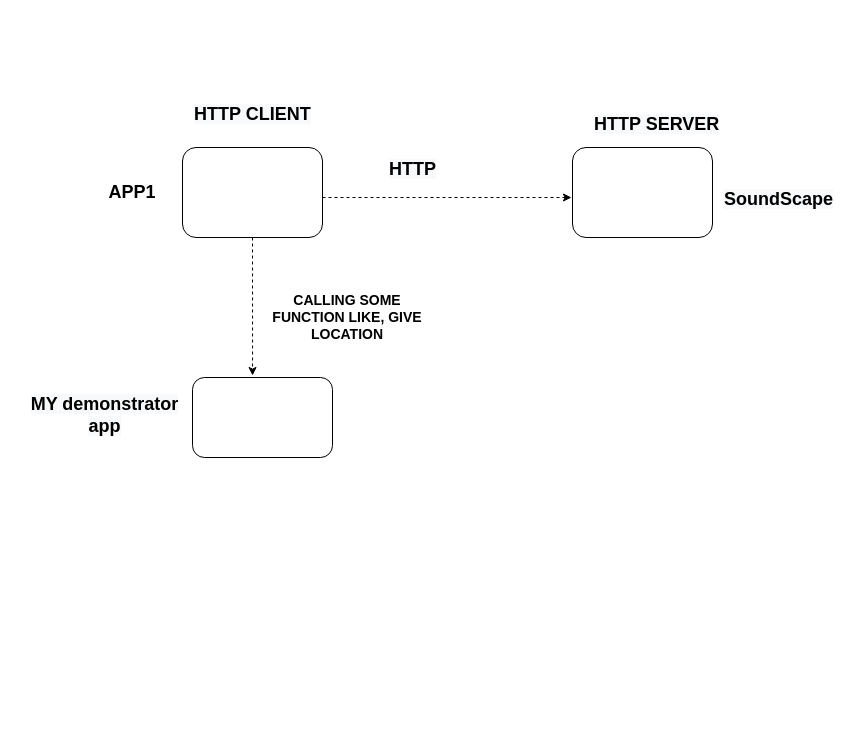
Before: forAlex.drawio in willdonlan8/test, a draw.io diagram. Source tidied: cells renumbered, new cells numbered last; positions are measured from the earlier drawing's top-left corner, leaving out a move shared by most shapes. Both pictures are drawn from the tidied source at 100%, with x=0, y=0 at pixel (17, 97).
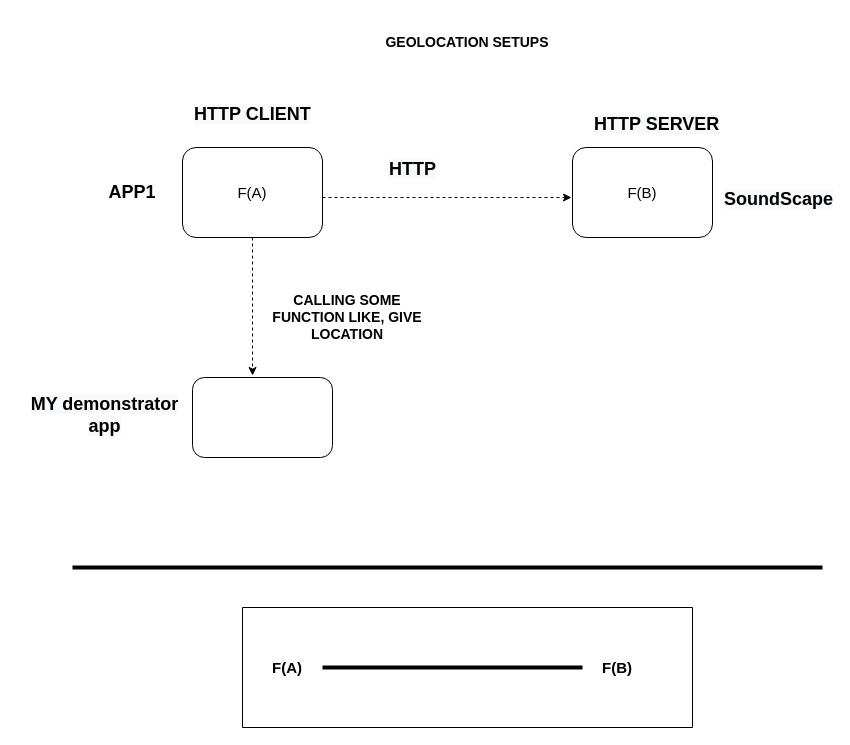
After the change.

Diff of the diagram source:
```diff
@@
-    <mxCell id="2" style="rounded=1;whiteSpace=wrap;html=1;" parent="1" vertex="1">
+    <mxCell id="2" value="&lt;font style=&quot;font-size: 15px&quot;&gt;F(A)&lt;/font&gt;" style="rounded=1;whiteSpace=wrap;html=1;" parent="1" vertex="1">
       <mxGeometry x="165" y="50" width="140" height="90" as="geometry" />
     </mxCell>
-    <mxCell id="3" style="rounded=1;whiteSpace=wrap;html=1;" parent="1" vertex="1">
+    <mxCell id="3" value="&lt;font style=&quot;font-size: 15px&quot;&gt;F(B)&lt;/font&gt;" style="rounded=1;whiteSpace=wrap;html=1;" parent="1" vertex="1">
       <mxGeometry x="555" y="50" width="140" height="90" as="geometry" />
     </mxCell>
@@
+    <mxCell id="14" style="endArrow=none;html=1;strokeWidth=4;" parent="1" edge="1">
+      <mxGeometry relative="1" as="geometry">
+        <mxPoint x="55" y="470" as="sourcePoint" />
+        <mxPoint x="805" y="470" as="targetPoint" />
+      </mxGeometry>
+    </mxCell>
+    <mxCell id="15" value="&lt;font style=&quot;font-size: 15px&quot;&gt;&lt;b&gt;F(A)&lt;/b&gt;&lt;/font&gt;" style="text;html=1;strokeColor=none;fillColor=none;align=center;verticalAlign=middle;whiteSpace=wrap;rounded=0;" parent="1" vertex="1">
+      <mxGeometry x="235" y="550" width="70" height="40" as="geometry" />
+    </mxCell>
+    <mxCell id="16" value="&lt;font style=&quot;font-size: 15px&quot;&gt;&lt;b&gt;F(B)&lt;/b&gt;&lt;/font&gt;" style="text;html=1;strokeColor=none;fillColor=none;align=center;verticalAlign=middle;whiteSpace=wrap;rounded=0;" parent="1" vertex="1">
+      <mxGeometry x="565" y="550" width="70" height="40" as="geometry" />
+    </mxCell>
+    <mxCell id="17" style="swimlane;startSize=0;" parent="1" vertex="1">
+      <mxGeometry x="225" y="510" width="450" height="120" as="geometry" />
+    </mxCell>
+    <mxCell id="18" style="endArrow=none;html=1;strokeWidth=4;" parent="1" edge="1" source="16" target="15">
+      <mxGeometry relative="1" as="geometry" />
+    </mxCell>
+    <mxCell id="19" value="&lt;b&gt;&lt;font style=&quot;font-size: 14px&quot;&gt;GEOLOCATION SETUPS&lt;/font&gt;&lt;/b&gt;" style="text;html=1;strokeColor=none;fillColor=none;align=center;verticalAlign=middle;whiteSpace=wrap;rounded=0;" parent="1" vertex="1">
+      <mxGeometry x="305" y="-80" width="290" height="50" as="geometry" />
+    </mxCell>
```
